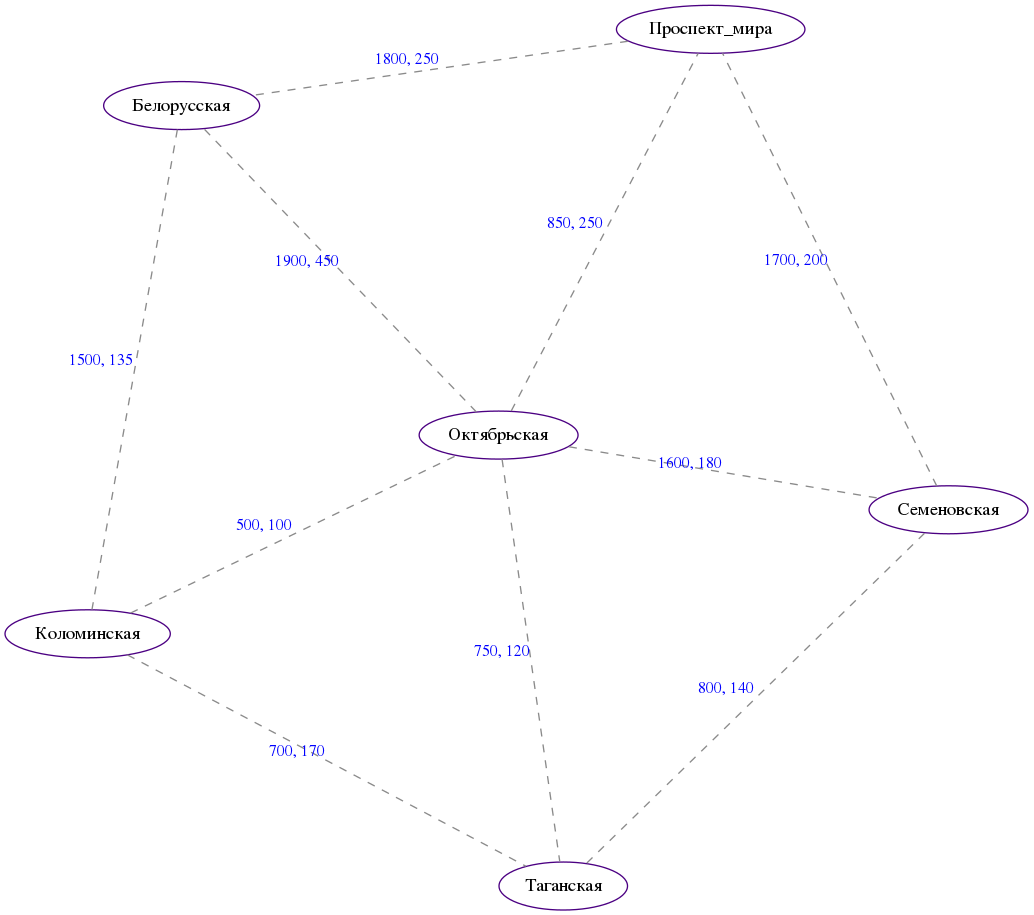
This is lab_07/graph/graph.png from Sunshine-ki/BMSTU3_tisd, a Graphviz export, as it was before one commit. Its source is kept beside it as lab_07/graph/graph.gv.
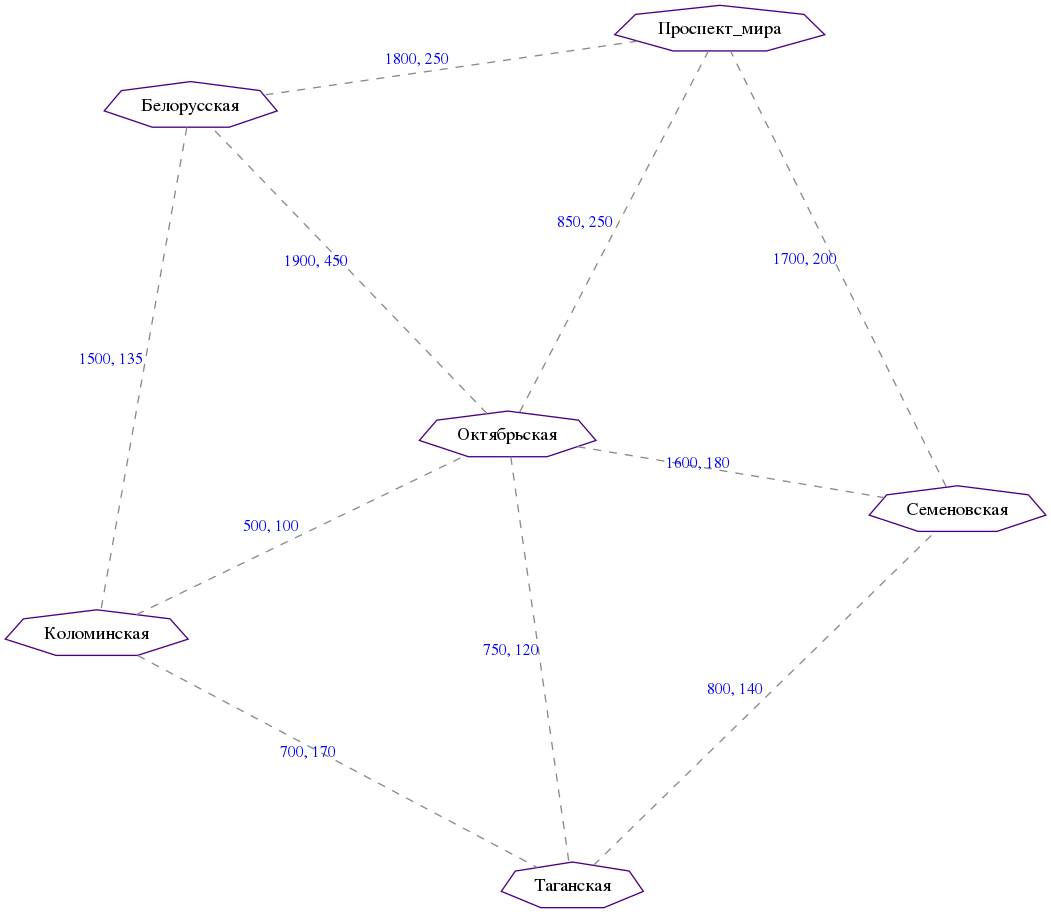
The same file after the commit.

What changed in the source:
```diff
@@ -1,7 +1,7 @@
 graph G
 {
         edge[color="gray54",fontcolor="blue",fontsize=12, len=5, style="dashed"];
-        node[color="indigo",fontsize=14];
+        node[color="indigo",fontsize=14, shape="septagon"];
 
         Коломинская -- Октябрьская [label="500, 100"];
         Октябрьская -- Таганская [label="750, 120"];
```
